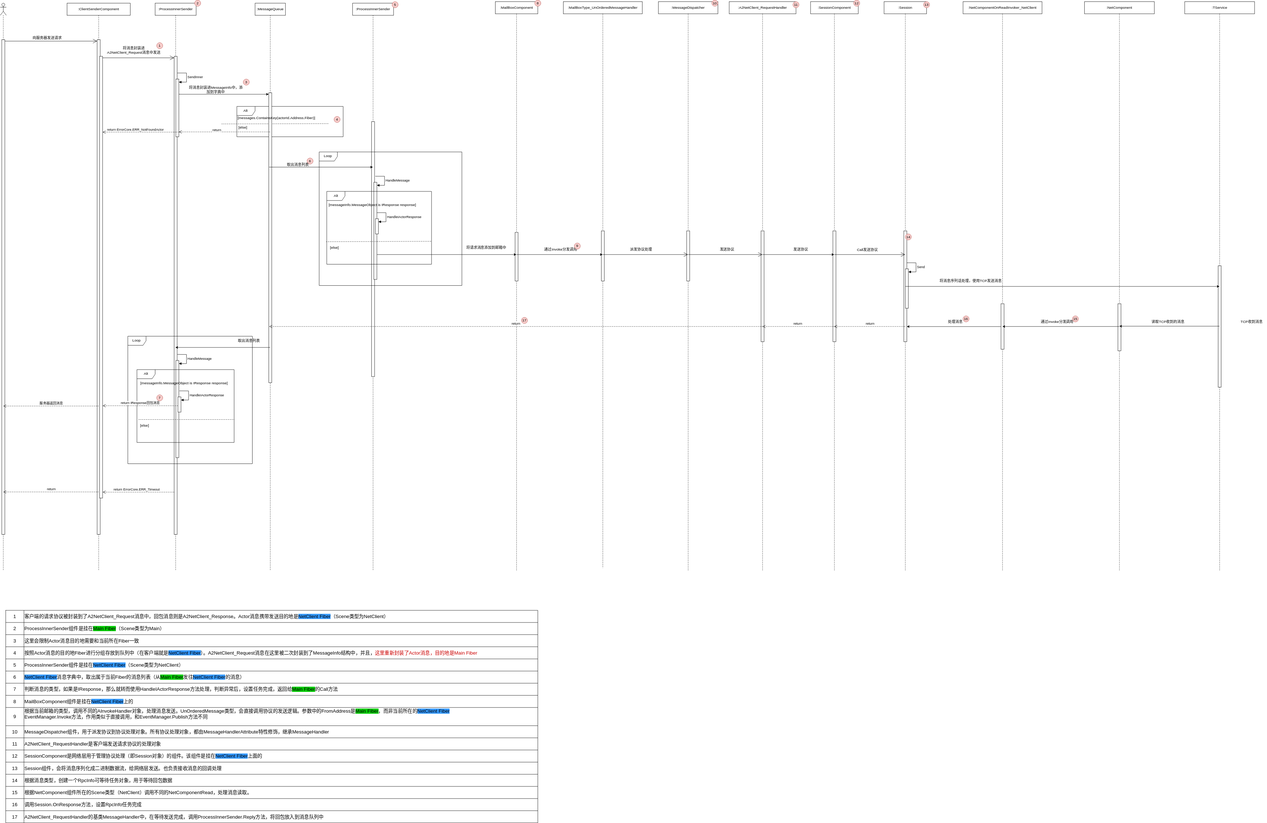
Earlier version of the draw.io export 项目/ET/网络框架/attachments/消息流转.drawio.svg (RookieGordon/Learning-Notes). Source tidied: cells renumbered, new cells last; positions are measured from the earlier drawing's top-left corner, leaving out a move shared by most shapes.
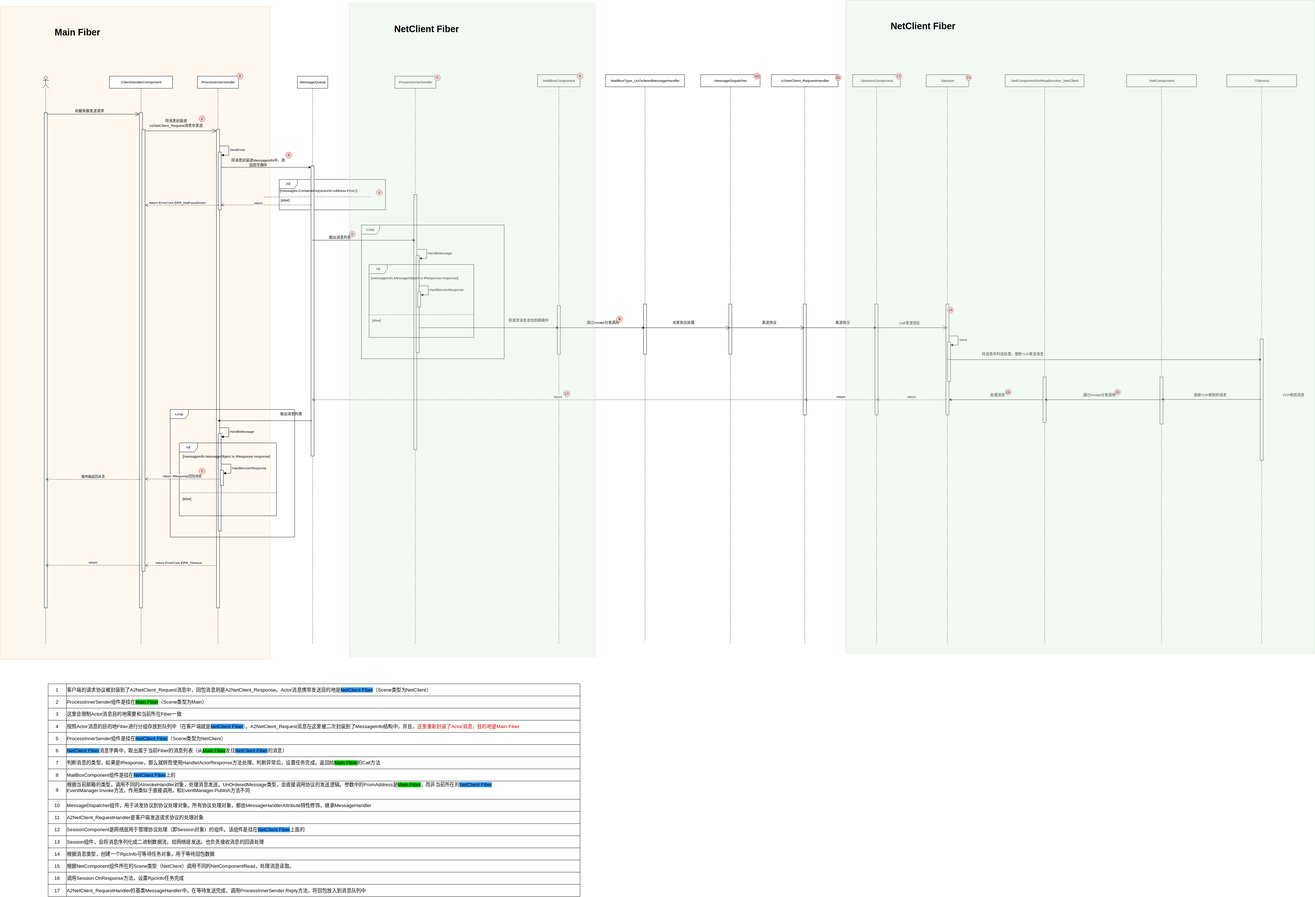
Later version of the same file.

Commit message:
vault backup: 2025-03-01 20:19:31

The edit, as a diff of the source:
```diff
@@ -2,6 +2,9 @@
   <root>
     <mxCell id="0" />
     <mxCell id="1" parent="0" />
+    <mxCell id="168" style="rounded=0;whiteSpace=wrap;html=1;fillColor=#ffe6cc;strokeColor=#d79b00;opacity=30;" parent="1" vertex="1">
+      <mxGeometry x="-140" y="-220" width="890" height="2150" as="geometry" />
+    </mxCell>
     <mxCell id="2" value=":ClientSenderComponent" style="shape=umlLifeline;perimeter=lifelinePerimeter;whiteSpace=wrap;html=1;newEdgeStyle={&quot;edgeStyle&quot;:&quot;elbowEdgeStyle&quot;,&quot;elbow&quot;:&quot;vertical&quot;,&quot;curved&quot;:0,&quot;rounded&quot;:0};" parent="1" vertex="1">
       <mxGeometry x="220" y="10" width="208" height="1870" as="geometry" />
     </mxCell>
@@ -596,5 +599,20 @@
         <mxPoint x="337" y="1336" as="targetPoint" />
       </mxGeometry>
     </mxCell>
+    <mxCell id="169" value="Main Fiber" style="text;html=1;align=center;verticalAlign=middle;whiteSpace=wrap;rounded=0;fontStyle=1;fontSize=30;" parent="1" vertex="1">
+      <mxGeometry x="-20" y="-180" width="270" height="90" as="geometry" />
+    </mxCell>
+    <mxCell id="170" style="rounded=0;whiteSpace=wrap;html=1;fillColor=#d5e8d4;strokeColor=#82b366;opacity=30;" parent="1" vertex="1">
+      <mxGeometry x="1010" y="-230" width="810" height="2150" as="geometry" />
+    </mxCell>
+    <mxCell id="171" value="NetClient Fiber" style="text;html=1;align=center;verticalAlign=middle;whiteSpace=wrap;rounded=0;fontStyle=1;fontSize=30;" parent="1" vertex="1">
+      <mxGeometry x="1130" y="-190" width="270" height="90" as="geometry" />
+    </mxCell>
+    <mxCell id="172" style="rounded=0;whiteSpace=wrap;html=1;fillColor=#d5e8d4;strokeColor=#82b366;opacity=30;" parent="1" vertex="1">
+      <mxGeometry x="2645" y="-240" width="1545" height="2150" as="geometry" />
+    </mxCell>
+    <mxCell id="173" value="NetClient Fiber" style="text;html=1;align=center;verticalAlign=middle;whiteSpace=wrap;rounded=0;fontStyle=1;fontSize=30;" parent="1" vertex="1">
+      <mxGeometry x="2765" y="-200" width="270" height="90" as="geometry" />
+    </mxCell>
   </root>
 </mxGraphModel>
```
